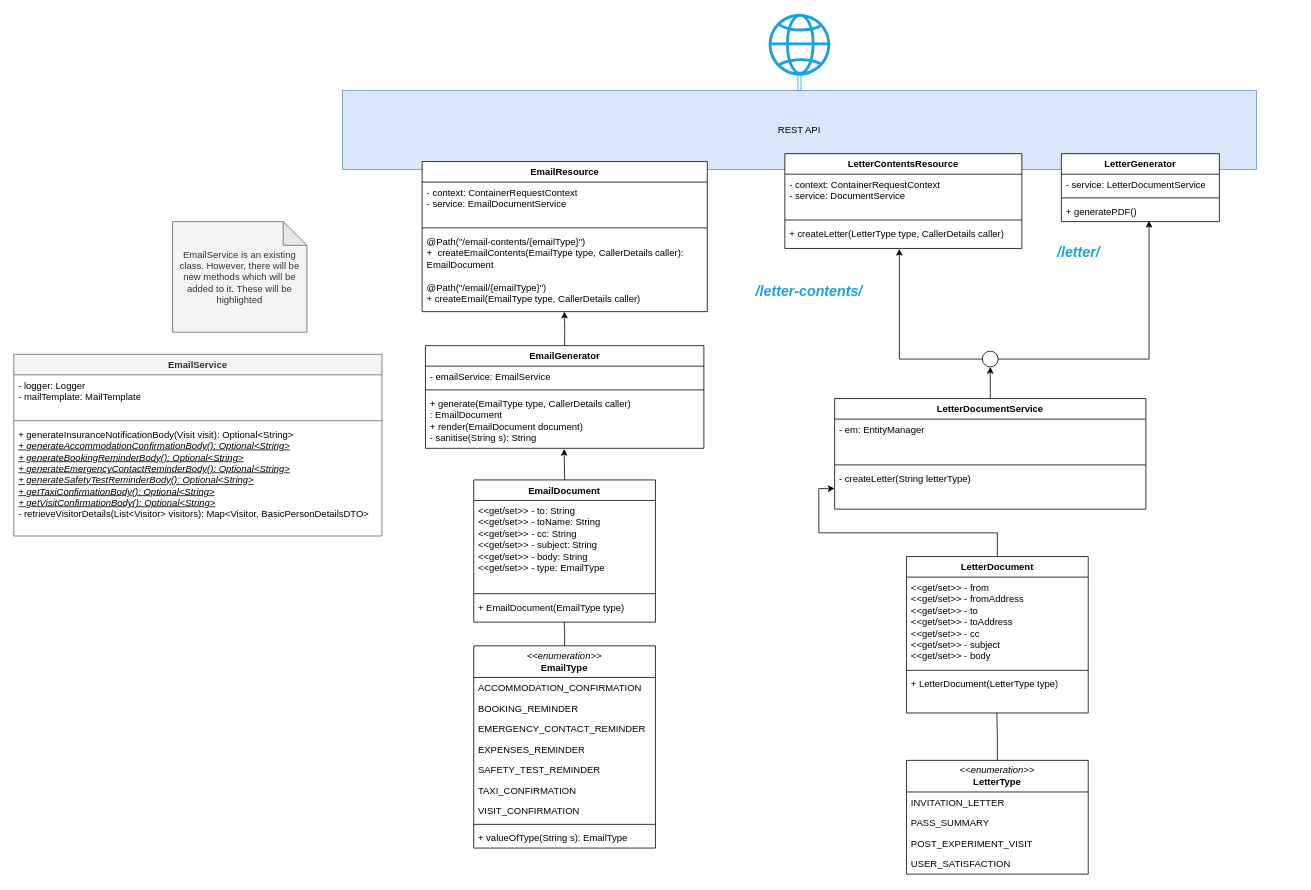
The draw.io diagram Document generation class diagram.drawio in ambolt314/FinalProjectDesign, before the edit. Source tidied: cells renumbered, new cells numbered last; positions are measured from the earlier drawing's top-left corner, leaving out a move shared by most shapes. Both pictures are drawn from the tidied source at 79%, with x=0, y=0 at pixel (13, 13).
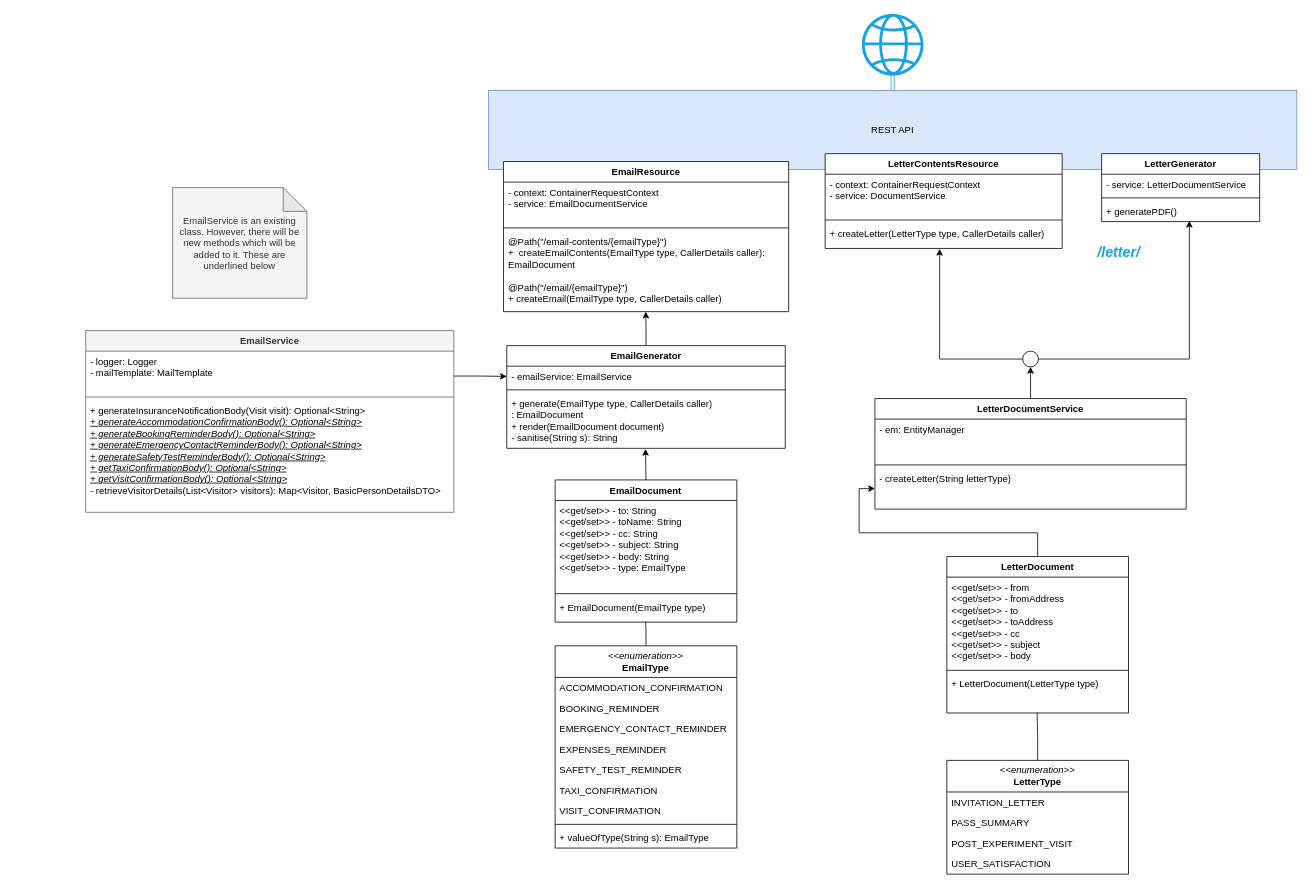
Above is the later version.

Unchanged cells that the change refers to:
```xml
<mxCell id="46" value="- emailService: EmailService" style="text;strokeColor=none;fillColor=none;align=left;verticalAlign=top;spacingLeft=4;spacingRight=4;overflow=hidden;points=[[0,0.5],[1,0.5]];portConstraint=eastwest;whiteSpace=wrap;html=1;" parent="45" vertex="1">
  <mxGeometry y="26" width="352.5" height="26" as="geometry" />
</mxCell>
```

The edit, as a diff of the source:
```diff
@@
     <mxCell id="2" value="REST API" style="html=1;whiteSpace=wrap;fillColor=#dae8fc;strokeColor=#6c8ebf;" parent="1" vertex="1">
-      <mxGeometry x="416" y="97" width="1157" height="100" as="geometry" />
+      <mxGeometry x="601" y="97" width="1023" height="100" as="geometry" />
     </mxCell>
     <mxCell id="3" value="EmailResource" style="swimlane;fontStyle=1;align=center;verticalAlign=top;horizontal=1;startSize=26;whiteSpace=wrap;html=1;" parent="1" vertex="1">
-      <mxGeometry x="516.8" y="187" width="361" height="190" as="geometry" />
+      <mxGeometry x="619.8" y="187" width="361" height="190" as="geometry" />
     </mxCell>
@@
     <mxCell id="8" value="LetterDocumentService" style="swimlane;fontStyle=1;align=center;verticalAlign=top;horizontal=1;startSize=26;whiteSpace=wrap;html=1;" parent="1" vertex="1">
-      <mxGeometry x="1039" y="487" width="394" height="140" as="geometry" />
+      <mxGeometry x="1090" y="487" width="394" height="140" as="geometry" />
     </mxCell>
@@
     <mxCell id="12" value="EmailDocument" style="swimlane;fontStyle=1;align=center;verticalAlign=top;horizontal=1;startSize=26;whiteSpace=wrap;html=1;" parent="1" vertex="1">
-      <mxGeometry x="582.2" y="590" width="230" height="180" as="geometry" />
+      <mxGeometry x="685.2" y="590" width="230" height="180" as="geometry" />
     </mxCell>
@@
     <mxCell id="18" style="sketch=0;outlineConnect=0;fillColor=#1BA1E2;strokeColor=#006EAF;dashed=0;verticalLabelPosition=bottom;verticalAlign=top;align=center;html=1;fontSize=12;fontStyle=0;shape=mxgraph.aws4.globe;fontColor=#ffffff;" parent="1" vertex="1">
-      <mxGeometry x="955.5" width="78" height="78" as="geometry" />
+      <mxGeometry x="1073.5" width="78" height="78" as="geometry" />
     </mxCell>
     <mxCell id="19" value="&lt;div&gt;&lt;i&gt;&amp;lt;&amp;lt;enumeration&amp;gt;&amp;gt;&lt;/i&gt;&lt;/div&gt;&lt;div&gt;&lt;b&gt;EmailType&lt;/b&gt;&lt;br&gt;&lt;/div&gt;" style="swimlane;fontStyle=0;horizontal=1;startSize=40;fillColor=none;whiteSpace=wrap;html=1;" parent="1" vertex="1">
-      <mxGeometry x="582.2" y="800" width="230" height="256" as="geometry" />
+      <mxGeometry x="685.2" y="800" width="230" height="256" as="geometry" />
     </mxCell>
@@
     <mxCell id="29" value="&lt;div&gt;&lt;i&gt;&amp;lt;&amp;lt;enumeration&amp;gt;&amp;gt;&lt;/i&gt;&lt;/div&gt;&lt;div&gt;&lt;b&gt;LetterType&lt;/b&gt;&lt;br&gt;&lt;/div&gt;" style="swimlane;fontStyle=0;horizontal=1;startSize=40;fillColor=none;whiteSpace=wrap;html=1;" parent="1" vertex="1">
-      <mxGeometry x="1130" y="945" width="230" height="144" as="geometry" />
+      <mxGeometry x="1181" y="945" width="230" height="144" as="geometry" />
     </mxCell>
@@
     <mxCell id="36" value="LetterDocument" style="swimlane;fontStyle=1;align=center;verticalAlign=top;horizontal=1;startSize=26;whiteSpace=wrap;html=1;" parent="1" vertex="1">
-      <mxGeometry x="1130" y="687" width="230" height="198" as="geometry" />
+      <mxGeometry x="1181" y="687" width="230" height="198" as="geometry" />
     </mxCell>
@@
     <mxCell id="41" value="LetterContentsResource" style="swimlane;fontStyle=1;align=center;verticalAlign=top;horizontal=1;startSize=26;whiteSpace=wrap;html=1;" parent="1" vertex="1">
-      <mxGeometry x="976" y="177" width="300" height="120" as="geometry" />
+      <mxGeometry x="1027" y="177" width="300" height="120" as="geometry" />
     </mxCell>
@@
     <mxCell id="45" value="EmailGenerator" style="swimlane;fontStyle=1;align=center;verticalAlign=top;horizontal=1;startSize=26;whiteSpace=wrap;html=1;" parent="1" vertex="1">
-      <mxGeometry x="521" y="420" width="352.5" height="130" as="geometry" />
+      <mxGeometry x="624" y="420" width="352.5" height="130" as="geometry" />
     </mxCell>
@@
     <mxCell id="49" value="LetterGenerator" style="swimlane;fontStyle=1;align=center;verticalAlign=top;horizontal=1;startSize=26;whiteSpace=wrap;html=1;" parent="1" vertex="1">
-      <mxGeometry x="1326" y="177" width="200" height="86" as="geometry" />
+      <mxGeometry x="1377" y="177" width="200" height="86" as="geometry" />
     </mxCell>
@@
     <mxCell id="54" style="ellipse;whiteSpace=wrap;html=1;strokeColor=#000000;" parent="1" vertex="1">
-      <mxGeometry x="1226" y="427" width="20" height="20" as="geometry" />
+      <mxGeometry x="1277" y="427" width="20" height="20" as="geometry" />
     </mxCell>
@@
-    <mxCell id="57" value="&lt;div align=&quot;center&quot;&gt;&lt;font color=&quot;#1ba1e2&quot;&gt;&lt;i&gt;&lt;font style=&quot;font-size: 18px;&quot;&gt;&lt;b&gt;/letter-contents/&lt;/b&gt;&lt;/font&gt;&lt;/i&gt;&lt;/font&gt;&lt;/div&gt;" style="text;html=1;align=center;verticalAlign=middle;whiteSpace=wrap;rounded=0;" parent="1" vertex="1">
-      <mxGeometry x="932" y="337" width="150" height="30" as="geometry" />
-    </mxCell>
     <mxCell id="58" value="&lt;div align=&quot;center&quot;&gt;&lt;font color=&quot;#1ba1e2&quot;&gt;&lt;i&gt;&lt;font style=&quot;font-size: 18px;&quot;&gt;&lt;b&gt;/letter/&lt;/b&gt;&lt;/font&gt;&lt;/i&gt;&lt;/font&gt;&lt;/div&gt;" style="text;html=1;align=center;verticalAlign=middle;whiteSpace=wrap;rounded=0;" parent="1" vertex="1">
-      <mxGeometry x="1273" y="287" width="150" height="30" as="geometry" />
+      <mxGeometry x="1324" y="287" width="150" height="30" as="geometry" />
     </mxCell>
+    <mxCell id="64" style="edgeStyle=orthogonalEdgeStyle;rounded=0;jettySize=auto;html=1;exitX=1;exitY=0.25;exitDx=0;exitDy=0;entryX=0;entryY=0.5;entryDx=0;entryDy=0;" parent="1" edge="1" source="59" target="46">
+      <mxGeometry relative="1" as="geometry" />
+    </mxCell>
     <mxCell id="59" value="EmailService" style="swimlane;fontStyle=1;align=center;verticalAlign=top;horizontal=1;startSize=26;whiteSpace=wrap;html=1;fillColor=#f5f5f5;fontColor=#333333;strokeColor=#666666;" parent="1" vertex="1">
-      <mxGeometry y="431" width="466" height="230" as="geometry" />
+      <mxGeometry x="91" y="401" width="466" height="230" as="geometry" />
     </mxCell>
@@
-    <mxCell id="63" value="EmailService is an existing class. However, there will be new methods which will be added to it. These will be highlighted" style="shape=note;whiteSpace=wrap;html=1;backgroundOutline=1;darkOpacity=0.05;fillColor=#f5f5f5;fontColor=#333333;strokeColor=#666666;" parent="1" vertex="1">
-      <mxGeometry x="201" y="263" width="170" height="140" as="geometry" />
+    <mxCell id="63" value="EmailService is an existing class. However, there will be new methods which will be added to it. These are underlined below" style="shape=note;whiteSpace=wrap;html=1;backgroundOutline=1;darkOpacity=0.05;fillColor=#f5f5f5;fontColor=#333333;strokeColor=#666666;" parent="1" vertex="1">
+      <mxGeometry x="201" y="220" width="170" height="140" as="geometry" />
     </mxCell>
```
